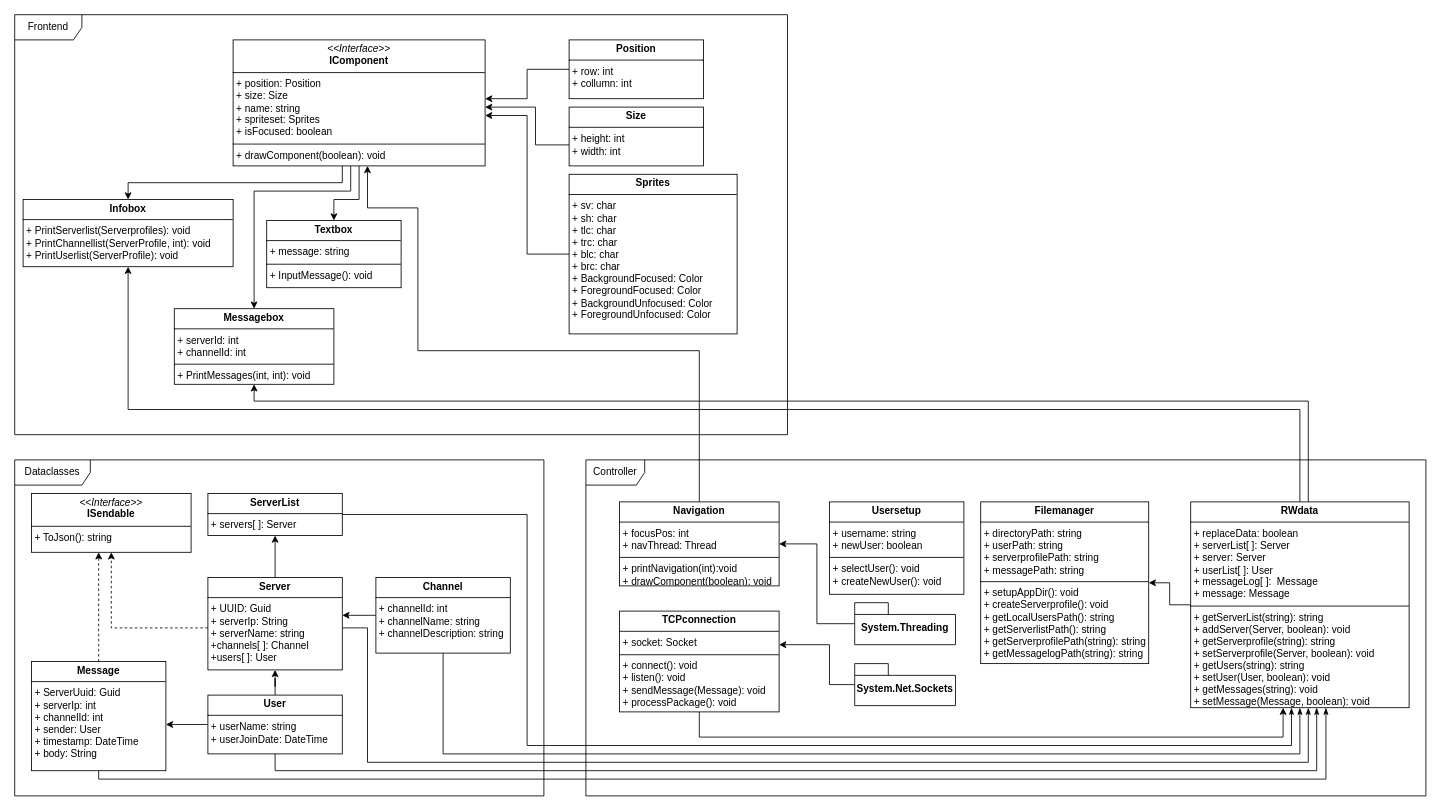
This is Dokumente/Planen/Classdiagramm/ClientClassDiagramV3.drawio from gbssg/ims.project.terminalchat, a draw.io file, before an edit. Source tidied: cells renumbered, new cells numbered last; positions are measured from the earlier drawing's top-left corner, leaving out a move shared by most shapes. Both pictures are drawn from the tidied source at 84%, with x=0, y=0 at pixel (14, 14).
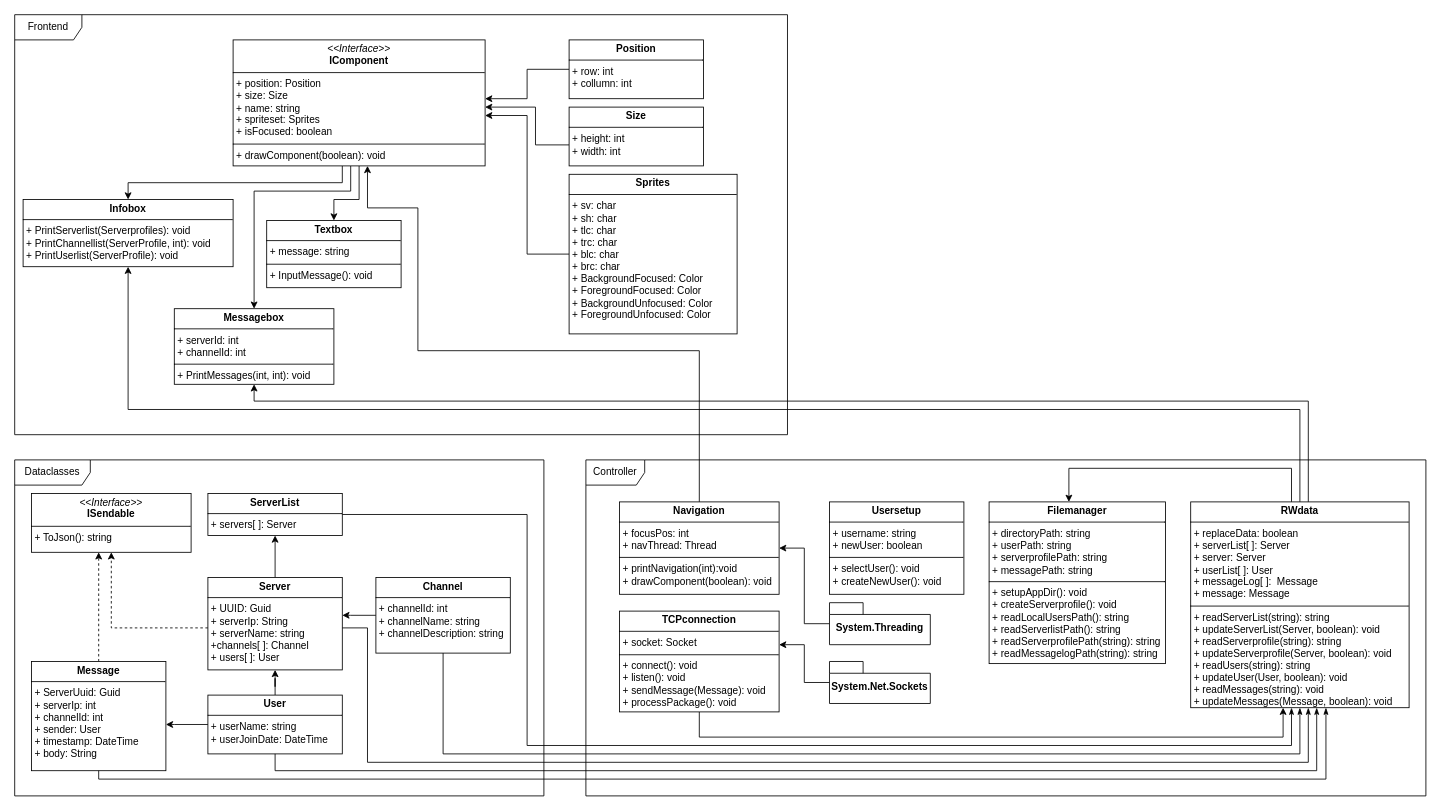
After the change.

Commit message (it also covers changes not shown here):
minor changes to the code, renaming in the class diagramm

Unchanged cells that the change refers to:
```xml
<mxCell id="32" value="&lt;p style=&quot;margin:0px;margin-top:4px;text-align:center;&quot;&gt;&lt;b&gt;TCPconnection&lt;/b&gt;&lt;/p&gt;&lt;hr size=&quot;1&quot; style=&quot;border-style:solid;&quot;&gt;&lt;p style=&quot;margin:0px;margin-left:4px;&quot;&gt;+ socket: Socket&lt;/p&gt;&lt;hr size=&quot;1&quot; style=&quot;border-style:solid;&quot;&gt;&lt;p style=&quot;margin:0px;margin-left:4px;&quot;&gt;+ connect(): void&lt;/p&gt;&lt;p style=&quot;margin:0px;margin-left:4px;&quot;&gt;+ listen(): void&lt;/p&gt;&lt;p style=&quot;margin:0px;margin-left:4px;&quot;&gt;+ sendMessage(Message): void&lt;/p&gt;&lt;p style=&quot;margin:0px;margin-left:4px;&quot;&gt;+ processPackage(): void&lt;/p&gt;" style="verticalAlign=top;align=left;overflow=fill;html=1;whiteSpace=wrap;" parent="1" vertex="1">
  <mxGeometry x="720" y="710" width="190" height="120" as="geometry" />
</mxCell>
```

What changed in the source:
```diff
@@
-    <mxCell id="23" value="&lt;p style=&quot;margin:0px;margin-top:4px;text-align:center;&quot;&gt;&lt;b&gt;Server&lt;/b&gt;&lt;/p&gt;&lt;hr size=&quot;1&quot; style=&quot;border-style:solid;&quot;&gt;&lt;p style=&quot;margin:0px;margin-left:4px;&quot;&gt;+ UUID: Guid&lt;/p&gt;&lt;p style=&quot;margin:0px;margin-left:4px;&quot;&gt;+ serverIp: String&lt;/p&gt;&lt;p style=&quot;margin:0px;margin-left:4px;&quot;&gt;+ serverName: string&lt;/p&gt;&lt;p style=&quot;margin:0px;margin-left:4px;&quot;&gt;+channels[ ]: Channel&lt;/p&gt;&lt;p style=&quot;margin:0px;margin-left:4px;&quot;&gt;+users[ ]: User&lt;/p&gt;" style="verticalAlign=top;align=left;overflow=fill;html=1;whiteSpace=wrap;" parent="1" vertex="1">
+    <mxCell id="23" value="&lt;p style=&quot;margin:0px;margin-top:4px;text-align:center;&quot;&gt;&lt;b&gt;Server&lt;/b&gt;&lt;/p&gt;&lt;hr size=&quot;1&quot; style=&quot;border-style:solid;&quot;&gt;&lt;p style=&quot;margin:0px;margin-left:4px;&quot;&gt;+ UUID: Guid&lt;/p&gt;&lt;p style=&quot;margin:0px;margin-left:4px;&quot;&gt;+ serverIp: String&lt;/p&gt;&lt;p style=&quot;margin:0px;margin-left:4px;&quot;&gt;+ serverName: string&lt;/p&gt;&lt;p style=&quot;margin:0px;margin-left:4px;&quot;&gt;+channels[ ]: Channel&lt;/p&gt;&lt;p style=&quot;margin:0px;margin-left:4px;&quot;&gt;+ users[ ]: User&lt;/p&gt;" style="verticalAlign=top;align=left;overflow=fill;html=1;whiteSpace=wrap;" parent="1" vertex="1">
       <mxGeometry x="230" y="670" width="160" height="110" as="geometry" />
     </mxCell>
@@
     <mxCell id="33" style="edgeStyle=orthogonalEdgeStyle;rounded=0;jettySize=auto;html=1;" parent="1" edge="1" source="37" target="40">
-      <mxGeometry relative="1" as="geometry" />
+      <mxGeometry relative="1" as="geometry">
+        <Array as="points">
+          <mxPoint x="1520" y="540" />
+          <mxPoint x="1255" y="540" />
+        </Array>
+      </mxGeometry>
     </mxCell>
@@
-    <mxCell id="37" value="&lt;p style=&quot;margin:0px;margin-top:4px;text-align:center;&quot;&gt;&lt;b&gt;RWdata&lt;/b&gt;&lt;/p&gt;&lt;hr size=&quot;1&quot; style=&quot;border-style:solid;&quot;&gt;&lt;p style=&quot;margin:0px;margin-left:4px;&quot;&gt;+ replaceData: boolean&lt;/p&gt;&lt;p style=&quot;margin:0px;margin-left:4px;&quot;&gt;+ serverList[ ]: Server&lt;/p&gt;&lt;p style=&quot;margin:0px;margin-left:4px;&quot;&gt;+ server: Server&lt;/p&gt;&lt;p style=&quot;margin:0px;margin-left:4px;&quot;&gt;+ userList[ ]: User&lt;/p&gt;&lt;p style=&quot;margin:0px;margin-left:4px;&quot;&gt;+ messageLog[ ]:&amp;nbsp; Message&lt;/p&gt;&lt;p style=&quot;margin:0px;margin-left:4px;&quot;&gt;+ message: Message&lt;/p&gt;&lt;hr size=&quot;1&quot; style=&quot;border-style:solid;&quot;&gt;&lt;p style=&quot;margin:0px;margin-left:4px;&quot;&gt;+ getServerList(string): string&lt;/p&gt;&lt;p style=&quot;margin:0px;margin-left:4px;&quot;&gt;+ addServer(Server, boolean): void&lt;/p&gt;&lt;p style=&quot;margin:0px;margin-left:4px;&quot;&gt;+ getServerprofile(string): string&lt;/p&gt;&lt;p style=&quot;margin:0px;margin-left:4px;&quot;&gt;+ setServerprofile(Server, boolean): void&lt;/p&gt;&lt;p style=&quot;margin:0px;margin-left:4px;&quot;&gt;+ getUsers(string): string&lt;/p&gt;&lt;p style=&quot;margin:0px;margin-left:4px;&quot;&gt;+ setUser(User, boolean): void&lt;/p&gt;&lt;p style=&quot;margin:0px;margin-left:4px;&quot;&gt;+ getMessages(string): void&lt;/p&gt;&lt;p style=&quot;margin:0px;margin-left:4px;&quot;&gt;+ setMessage(Message, boolean): void&lt;/p&gt;" style="verticalAlign=top;align=left;overflow=fill;html=1;whiteSpace=wrap;" parent="1" vertex="1">
+    <mxCell id="37" value="&lt;p style=&quot;margin:0px;margin-top:4px;text-align:center;&quot;&gt;&lt;b&gt;RWdata&lt;/b&gt;&lt;/p&gt;&lt;hr size=&quot;1&quot; style=&quot;border-style:solid;&quot;&gt;&lt;p style=&quot;margin:0px;margin-left:4px;&quot;&gt;+ replaceData: boolean&lt;/p&gt;&lt;p style=&quot;margin:0px;margin-left:4px;&quot;&gt;+ serverList[ ]: Server&lt;/p&gt;&lt;p style=&quot;margin:0px;margin-left:4px;&quot;&gt;+ server: Server&lt;/p&gt;&lt;p style=&quot;margin:0px;margin-left:4px;&quot;&gt;+ userList[ ]: User&lt;/p&gt;&lt;p style=&quot;margin:0px;margin-left:4px;&quot;&gt;+ messageLog[ ]:&amp;nbsp; Message&lt;/p&gt;&lt;p style=&quot;margin:0px;margin-left:4px;&quot;&gt;+ message: Message&lt;/p&gt;&lt;hr size=&quot;1&quot; style=&quot;border-style:solid;&quot;&gt;&lt;p style=&quot;margin:0px;margin-left:4px;&quot;&gt;+ readServerList(string): string&lt;/p&gt;&lt;p style=&quot;margin:0px;margin-left:4px;&quot;&gt;+ updateServerList(Server, boolean): void&lt;/p&gt;&lt;p style=&quot;margin:0px;margin-left:4px;&quot;&gt;+ readServerprofile(string): string&lt;/p&gt;&lt;p style=&quot;margin:0px;margin-left:4px;&quot;&gt;+ updateServerprofile(Server, boolean): void&lt;/p&gt;&lt;p style=&quot;margin:0px;margin-left:4px;&quot;&gt;+ readUsers(string): string&lt;/p&gt;&lt;p style=&quot;margin:0px;margin-left:4px;&quot;&gt;+ updateUser(User, boolean): void&lt;/p&gt;&lt;p style=&quot;margin:0px;margin-left:4px;&quot;&gt;+ readMessages(string): void&lt;/p&gt;&lt;p style=&quot;margin:0px;margin-left:4px;&quot;&gt;+ updateMessages(Message, boolean): void&lt;/p&gt;" style="verticalAlign=top;align=left;overflow=fill;html=1;whiteSpace=wrap;" parent="1" vertex="1">
       <mxGeometry x="1400" y="580" width="260" height="245" as="geometry" />
     </mxCell>
@@
     <mxCell id="39" value="&lt;p style=&quot;margin:0px;margin-top:4px;text-align:center;&quot;&gt;&lt;b&gt;Navigation&lt;/b&gt;&lt;/p&gt;&lt;hr size=&quot;1&quot; style=&quot;border-style:solid;&quot;&gt;&lt;p style=&quot;margin:0px;margin-left:4px;&quot;&gt;+ focusPos: int&lt;/p&gt;&lt;p style=&quot;margin:0px;margin-left:4px;&quot;&gt;+ navThread: Thread&lt;/p&gt;&lt;hr size=&quot;1&quot; style=&quot;border-style:solid;&quot;&gt;&lt;p style=&quot;margin:0px;margin-left:4px;&quot;&gt;+ printNavigation(int):void&lt;/p&gt;&lt;p style=&quot;margin:0px;margin-left:4px;&quot;&gt;+ drawComponent(boolean): void&lt;/p&gt;" style="verticalAlign=top;align=left;overflow=fill;html=1;whiteSpace=wrap;" parent="1" vertex="1">
-      <mxGeometry x="720" y="580" width="190" height="100" as="geometry" />
+      <mxGeometry x="720" y="580" width="190" height="110" as="geometry" />
     </mxCell>
-    <mxCell id="40" value="&lt;p style=&quot;margin:0px;margin-top:4px;text-align:center;&quot;&gt;&lt;b&gt;Filemanager&lt;/b&gt;&lt;/p&gt;&lt;hr size=&quot;1&quot; style=&quot;border-style:solid;&quot;&gt;&lt;p style=&quot;margin:0px;margin-left:4px;&quot;&gt;+ directoryPath: string&lt;/p&gt;&lt;p style=&quot;margin:0px;margin-left:4px;&quot;&gt;+ userPath: string&lt;/p&gt;&lt;p style=&quot;margin:0px;margin-left:4px;&quot;&gt;+ serverprofilePath: string&lt;/p&gt;&lt;p style=&quot;margin:0px;margin-left:4px;&quot;&gt;+ messagePath: string&lt;/p&gt;&lt;hr size=&quot;1&quot; style=&quot;border-style:solid;&quot;&gt;&lt;p style=&quot;margin:0px;margin-left:4px;&quot;&gt;+ setupAppDir(): void&lt;/p&gt;&lt;p style=&quot;margin:0px;margin-left:4px;&quot;&gt;+ createServerprofile(): void&lt;/p&gt;&lt;p style=&quot;margin:0px;margin-left:4px;&quot;&gt;+ getLocalUsersPath(): string&lt;/p&gt;&lt;p style=&quot;margin:0px;margin-left:4px;&quot;&gt;+ getServerlistPath(): string&lt;/p&gt;&lt;p style=&quot;margin:0px;margin-left:4px;&quot;&gt;+ getServerprofilePath(string): string&lt;/p&gt;&lt;p style=&quot;margin:0px;margin-left:4px;&quot;&gt;+ getMessagelogPath(string): string&lt;/p&gt;" style="verticalAlign=top;align=left;overflow=fill;html=1;whiteSpace=wrap;" parent="1" vertex="1">
-      <mxGeometry x="1150" y="580" width="200" height="192.5" as="geometry" />
+    <mxCell id="40" value="&lt;p style=&quot;margin:0px;margin-top:4px;text-align:center;&quot;&gt;&lt;b&gt;Filemanager&lt;/b&gt;&lt;/p&gt;&lt;hr size=&quot;1&quot; style=&quot;border-style:solid;&quot;&gt;&lt;p style=&quot;margin:0px;margin-left:4px;&quot;&gt;+ directoryPath: string&lt;/p&gt;&lt;p style=&quot;margin:0px;margin-left:4px;&quot;&gt;+ userPath: string&lt;/p&gt;&lt;p style=&quot;margin:0px;margin-left:4px;&quot;&gt;+ serverprofilePath: string&lt;/p&gt;&lt;p style=&quot;margin:0px;margin-left:4px;&quot;&gt;+ messagePath: string&lt;/p&gt;&lt;hr size=&quot;1&quot; style=&quot;border-style:solid;&quot;&gt;&lt;p style=&quot;margin:0px;margin-left:4px;&quot;&gt;+ setupAppDir(): void&lt;/p&gt;&lt;p style=&quot;margin:0px;margin-left:4px;&quot;&gt;+ createServerprofile(): void&lt;/p&gt;&lt;p style=&quot;margin:0px;margin-left:4px;&quot;&gt;+ readLocalUsersPath(): string&lt;/p&gt;&lt;p style=&quot;margin:0px;margin-left:4px;&quot;&gt;+ readServerlistPath(): string&lt;/p&gt;&lt;p style=&quot;margin:0px;margin-left:4px;&quot;&gt;+ readServerprofilePath(string): string&lt;/p&gt;&lt;p style=&quot;margin:0px;margin-left:4px;&quot;&gt;+ readMessagelogPath(string): string&lt;/p&gt;" style="verticalAlign=top;align=left;overflow=fill;html=1;whiteSpace=wrap;" parent="1" vertex="1">
+      <mxGeometry x="1160" y="580" width="210" height="192.5" as="geometry" />
     </mxCell>
     <mxCell id="41" style="edgeStyle=orthogonalEdgeStyle;rounded=0;jettySize=auto;html=1;" parent="1" edge="1" source="42" target="32">
       <mxGeometry relative="1" as="geometry">
         <Array as="points">
-          <mxPoint x="970" y="797" />
-          <mxPoint x="970" y="750" />
+          <mxPoint x="940" y="795" />
+          <mxPoint x="940" y="750" />
         </Array>
       </mxGeometry>
     </mxCell>
     <mxCell id="42" value="System.Net.Sockets" style="shape=folder;fontStyle=1;spacingTop=10;tabWidth=40;tabHeight=14;tabPosition=left;html=1;whiteSpace=wrap;" parent="1" vertex="1">
-      <mxGeometry x="1000" y="772.5" width="120" height="50" as="geometry" />
+      <mxGeometry x="970" y="770" width="120" height="50" as="geometry" />
     </mxCell>
@@
     <mxCell id="44" value="System.Threading" style="shape=folder;fontStyle=1;spacingTop=10;tabWidth=40;tabHeight=14;tabPosition=left;html=1;whiteSpace=wrap;" parent="1" vertex="1">
-      <mxGeometry x="1000" y="700" width="120" height="50" as="geometry" />
+      <mxGeometry x="970" y="700" width="120" height="50" as="geometry" />
     </mxCell>
```
